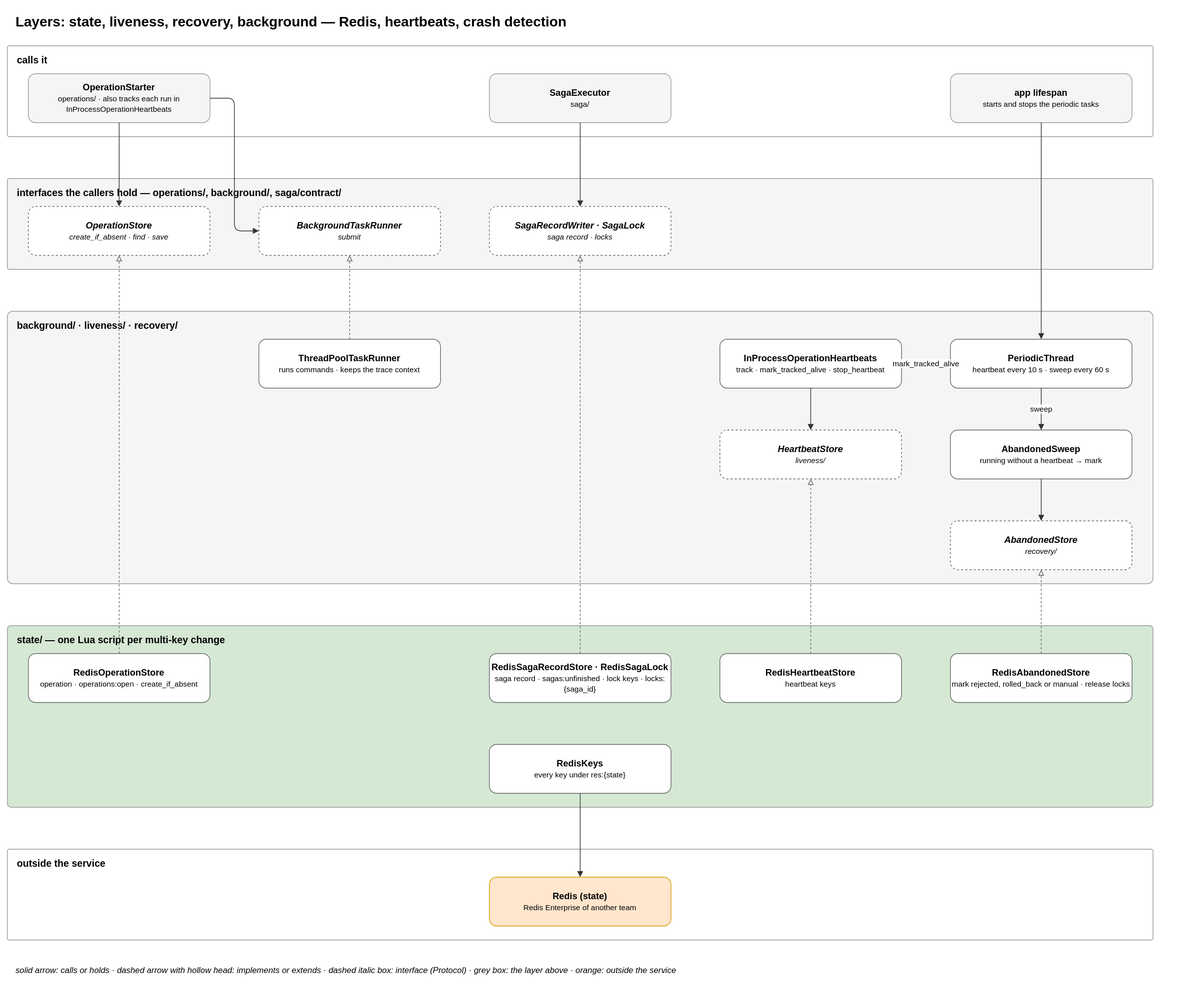
Above: docs/diagrams/09-layer-state-liveness-recovery.drawio.svg in EliShteinman/redis-enterprise-services (draw.io), before the change. Source tidied: cells renumbered, new cells last; positions are measured from the earlier drawing's top-left corner, leaving out a move shared by most shapes.
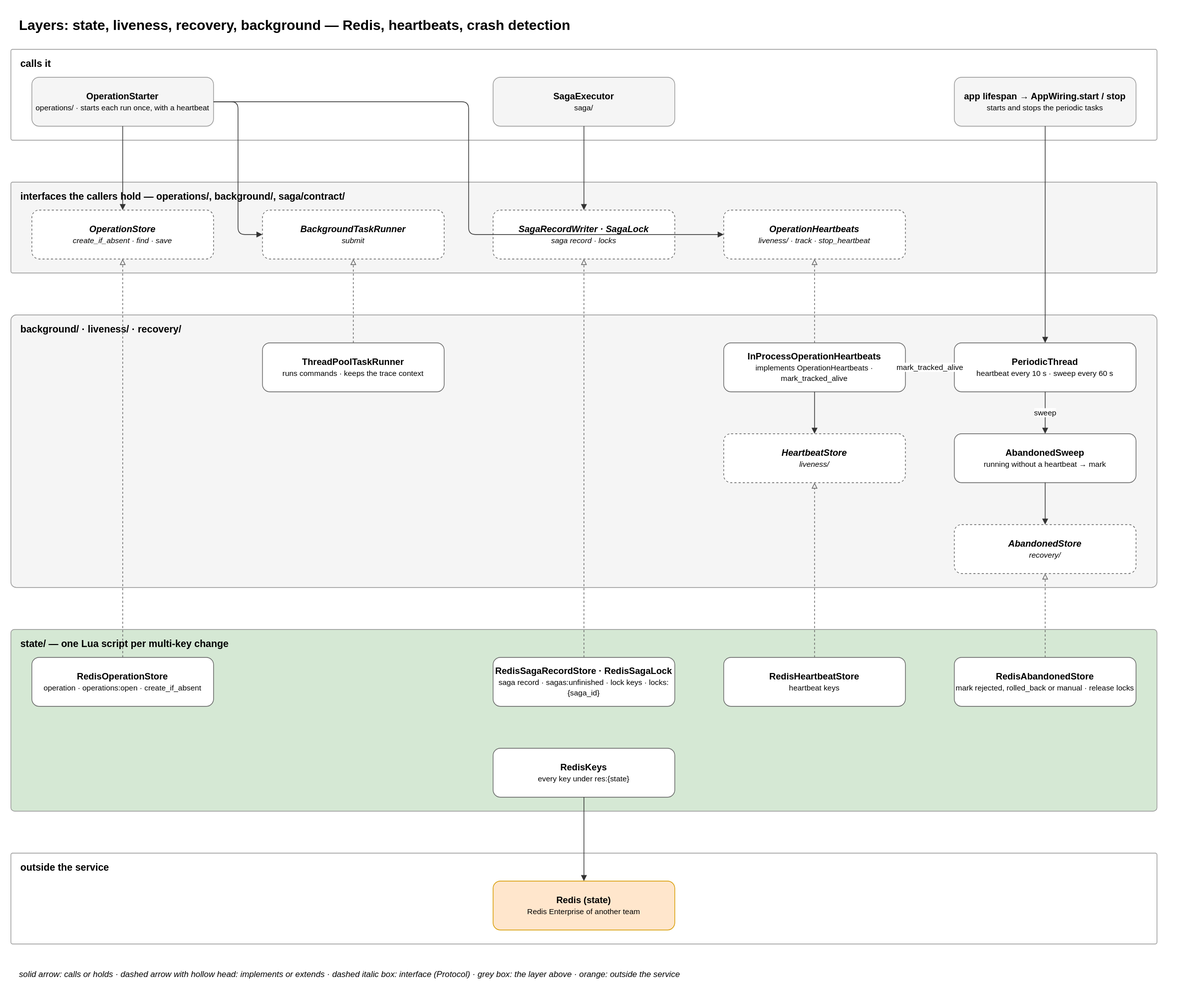
Later version of the same file.

Commit message:
docs: OperationStarter holds the OperationHeartbeats interface; AppWiring.stop owns the shutdown order

What changed in the source:
```diff
@@ -8,13 +8,13 @@
     <mxCell id="3" value="&lt;b&gt;calls it&lt;/b&gt;" style="rounded=1;arcSize=2;fillColor=#ffffff;strokeColor=#999999;verticalAlign=top;align=left;spacingLeft=12;spacingTop=6;html=1;fontSize=14;" parent="1" vertex="1">
       <mxGeometry y="55" width="1640" height="130" as="geometry" />
     </mxCell>
-    <mxCell id="4" value="&lt;b&gt;OperationStarter&lt;/b&gt;&lt;br&gt;&lt;font style='font-size:11px'&gt;operations/ · also tracks each run in InProcessOperationHeartbeats&lt;/font&gt;" style="rounded=1;whiteSpace=wrap;html=1;fillColor=#f5f5f5;strokeColor=#999999;fontSize=13;" parent="1" vertex="1">
+    <mxCell id="4" value="&lt;b&gt;OperationStarter&lt;/b&gt;&lt;br&gt;&lt;font style='font-size:11px'&gt;operations/ · starts each run once, with a heartbeat&lt;/font&gt;" style="rounded=1;whiteSpace=wrap;html=1;fillColor=#f5f5f5;strokeColor=#999999;fontSize=13;" parent="1" vertex="1">
       <mxGeometry x="30" y="95" width="260" height="70" as="geometry" />
     </mxCell>
     <mxCell id="5" value="&lt;b&gt;SagaExecutor&lt;/b&gt;&lt;br&gt;&lt;font style='font-size:11px'&gt;saga/&lt;/font&gt;" style="rounded=1;whiteSpace=wrap;html=1;fillColor=#f5f5f5;strokeColor=#999999;fontSize=13;" parent="1" vertex="1">
       <mxGeometry x="690" y="95" width="260" height="70" as="geometry" />
     </mxCell>
-    <mxCell id="6" value="&lt;b&gt;app lifespan&lt;/b&gt;&lt;br&gt;&lt;font style='font-size:11px'&gt;starts and stops the periodic tasks&lt;/font&gt;" style="rounded=1;whiteSpace=wrap;html=1;fillColor=#f5f5f5;strokeColor=#999999;fontSize=13;" parent="1" vertex="1">
+    <mxCell id="6" value="&lt;b&gt;app lifespan → AppWiring.start / stop&lt;/b&gt;&lt;br&gt;&lt;font style='font-size:11px'&gt;starts and stops the periodic tasks&lt;/font&gt;" style="rounded=1;whiteSpace=wrap;html=1;fillColor=#f5f5f5;strokeColor=#999999;fontSize=13;" parent="1" vertex="1">
       <mxGeometry x="1350" y="95" width="260" height="70" as="geometry" />
     </mxCell>
     <mxCell id="7" value="&lt;b&gt;interfaces the callers hold — operations/, background/, saga/contract/&lt;/b&gt;" style="rounded=1;arcSize=2;fillColor=#f5f5f5;strokeColor=#999999;verticalAlign=top;align=left;spacingLeft=12;spacingTop=6;html=1;fontSize=14;" parent="1" vertex="1">
@@ -35,7 +35,7 @@
     <mxCell id="12" value="&lt;b&gt;ThreadPoolTaskRunner&lt;/b&gt;&lt;br&gt;&lt;font style='font-size:11px'&gt;runs commands · keeps the trace context&lt;/font&gt;" style="rounded=1;whiteSpace=wrap;html=1;fillColor=#ffffff;strokeColor=#666666;fontSize=13;" parent="1" vertex="1">
       <mxGeometry x="360" y="475" width="260" height="70" as="geometry" />
     </mxCell>
-    <mxCell id="13" value="&lt;b&gt;InProcessOperationHeartbeats&lt;/b&gt;&lt;br&gt;&lt;font style='font-size:11px'&gt;track · mark_tracked_alive · stop_heartbeat&lt;/font&gt;" style="rounded=1;whiteSpace=wrap;html=1;fillColor=#ffffff;strokeColor=#666666;fontSize=13;" parent="1" vertex="1">
+    <mxCell id="13" value="&lt;b&gt;InProcessOperationHeartbeats&lt;/b&gt;&lt;br&gt;&lt;font style='font-size:11px'&gt;implements OperationHeartbeats · mark_tracked_alive&lt;/font&gt;" style="rounded=1;whiteSpace=wrap;html=1;fillColor=#ffffff;strokeColor=#666666;fontSize=13;" parent="1" vertex="1">
       <mxGeometry x="1020" y="475" width="260" height="70" as="geometry" />
     </mxCell>
     <mxCell id="14" value="&lt;b&gt;PeriodicThread&lt;/b&gt;&lt;br&gt;&lt;font style='font-size:11px'&gt;heartbeat every 10 s · sweep every 60 s&lt;/font&gt;" style="rounded=1;whiteSpace=wrap;html=1;fillColor=#ffffff;strokeColor=#666666;fontSize=13;" parent="1" vertex="1">
@@ -44,6 +44,9 @@
     <mxCell id="15" value="&lt;b&gt;HeartbeatStore&lt;/b&gt;&lt;br&gt;&lt;font style='font-size:11px'&gt;liveness/&lt;/font&gt;" style="rounded=1;whiteSpace=wrap;html=1;fillColor=#ffffff;strokeColor=#666666;fontSize=13;dashed=1;fontStyle=2;" parent="1" vertex="1">
       <mxGeometry x="1020" y="605" width="260" height="70" as="geometry" />
     </mxCell>
+    <mxCell id="41" value="&lt;b&gt;OperationHeartbeats&lt;/b&gt;&lt;br&gt;&lt;font style='font-size:11px'&gt;liveness/ · track · stop_heartbeat&lt;/font&gt;" style="rounded=1;whiteSpace=wrap;html=1;fillColor=#ffffff;strokeColor=#666666;fontSize=13;dashed=1;fontStyle=2;" parent="1" vertex="1">
+      <mxGeometry x="1020" y="285" width="260" height="70" as="geometry" />
+    </mxCell>
     <mxCell id="16" value="&lt;b&gt;AbandonedSweep&lt;/b&gt;&lt;br&gt;&lt;font style='font-size:11px'&gt;running without a heartbeat → mark&lt;/font&gt;" style="rounded=1;whiteSpace=wrap;html=1;fillColor=#ffffff;strokeColor=#666666;fontSize=13;" parent="1" vertex="1">
       <mxGeometry x="1350" y="605" width="260" height="70" as="geometry" />
     </mxCell>
@@ -119,5 +122,11 @@
     <mxCell id="40" value="&lt;i&gt;solid arrow: calls or holds · dashed arrow with hollow head: implements or extends · dashed italic box: interface (Protocol) · grey box: the layer above · orange: outside the service&lt;/i&gt;" style="text;html=1;fontSize=12;align=left;" parent="1" vertex="1">
       <mxGeometry x="10" y="1365" width="1660" height="24" as="geometry" />
     </mxCell>
+    <mxCell id="42" style="edgeStyle=orthogonalEdgeStyle;rounded=1;html=1;fontSize=11;labelBackgroundColor=#ffffff;exitX=1;exitY=0.5;entryX=0;entryY=0.5;endArrow=block;strokeColor=#333333;" parent="1" edge="1" source="4" target="41">
+      <mxGeometry relative="1" as="geometry" />
+    </mxCell>
+    <mxCell id="43" style="edgeStyle=orthogonalEdgeStyle;rounded=1;html=1;fontSize=11;labelBackgroundColor=#ffffff;exitX=0.5;exitY=0;entryX=0.5;entryY=1;endArrow=block;endFill=0;dashed=1;strokeColor=#666666;" parent="1" edge="1" source="13" target="41">
+      <mxGeometry relative="1" as="geometry" />
+    </mxCell>
   </root>
 </mxGraphModel>
```
